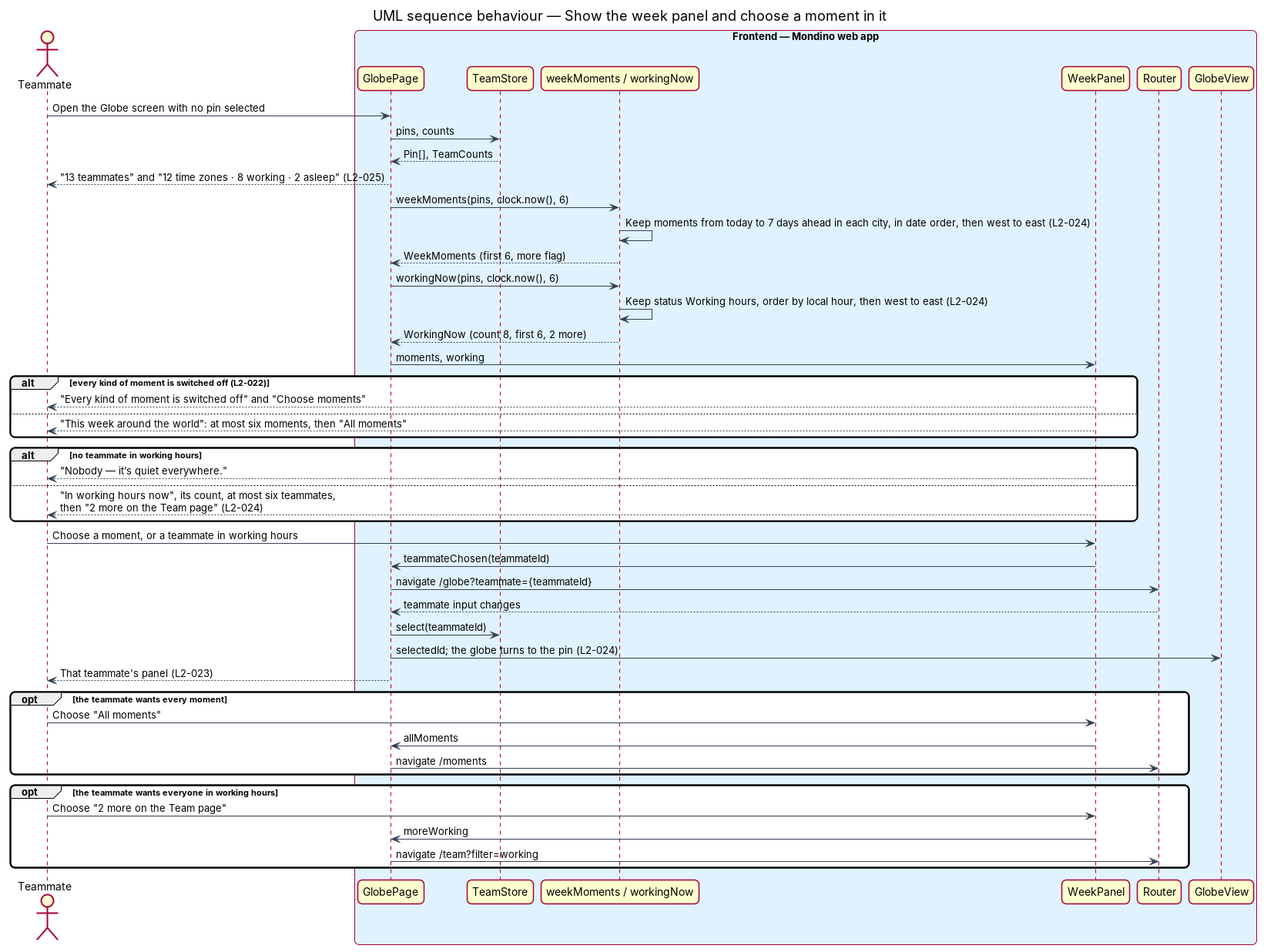
Before: docs/detailed-designs/team/view-week-around-the-world/diagrams/sequence-choose-moment.png, a diagram exported from PlantUML (QuinntyneBrown/Mondino). Its source is kept beside it as docs/detailed-designs/team/view-week-around-the-world/diagrams/sequence-choose-moment.puml. The source it was exported from:
```plantuml
@startuml
title UML sequence behaviour — Show the week panel and choose a moment in it
skinparam backgroundColor #FFFFFF
skinparam shadowing false
skinparam roundcorner 12
skinparam defaultFontName Arial
skinparam ArrowColor #344054
skinparam rectangle {
  BorderColor #344054
  FontColor #101828
}
skinparam package {
  BorderColor #667085
  FontColor #101828
  BackgroundColor #F9FAFB
}
actor "Teammate" as actor
box "Frontend — Mondino web app" #E0F2FE
  participant "GlobePage" as page
  participant "TeamStore" as store
  participant "weekMoments / workingNow" as fn
  participant "WeekPanel" as panel
  participant "Router" as router
  participant "GlobeView" as globe
end box
actor -> page : Open the Globe screen with no pin selected
page -> store : pins, counts
store --> page : Pin[], TeamCounts
page --> actor : "13 teammates" and "12 time zones · 8 working · 2 asleep" (L2-025)
page -> fn : weekMoments(pins, clock.now(), 6)
fn -> fn : Keep moments from today to 7 days ahead in each city, in date order, then west to east (L2-024)
fn --> page : WeekMoments (first 6, more flag)
page -> fn : workingNow(pins, clock.now(), 6)
fn -> fn : Keep status Working hours, order by local hour, then west to east (L2-024)
fn --> page : WorkingNow (count 8, first 6, 2 more)
page -> panel : moments, working
alt every kind of moment is switched off (L2-022)
  panel --> actor : "Every kind of moment is switched off" and "Choose moments"
else
  panel --> actor : "This week around the world": at most six moments, then "All moments"
end
alt no teammate in working hours
  panel --> actor : "Nobody — it’s quiet everywhere."
else
  panel --> actor : "In working hours now", its count, at most six teammates,\nthen "2 more on the Team page" (L2-024)
end
actor -> panel : Choose a moment, or a teammate in working hours
panel -> page : teammateChosen(teammateId)
page -> router : navigate /globe?teammate={teammateId}
router --> page : teammate input changes
page -> store : select(teammateId)
page -> globe : selectedId; the globe turns to the pin (L2-024)
page --> actor : That teammate's panel (L2-023)
opt the teammate wants every moment
  actor -> panel : Choose "All moments"
  panel -> page : allMoments
  page -> router : navigate /moments
end
opt the teammate wants everyone in working hours
  actor -> panel : Choose "2 more on the Team page"
  panel -> page : moreWorking
  page -> router : navigate /team?filter=working
end
@enduml
```
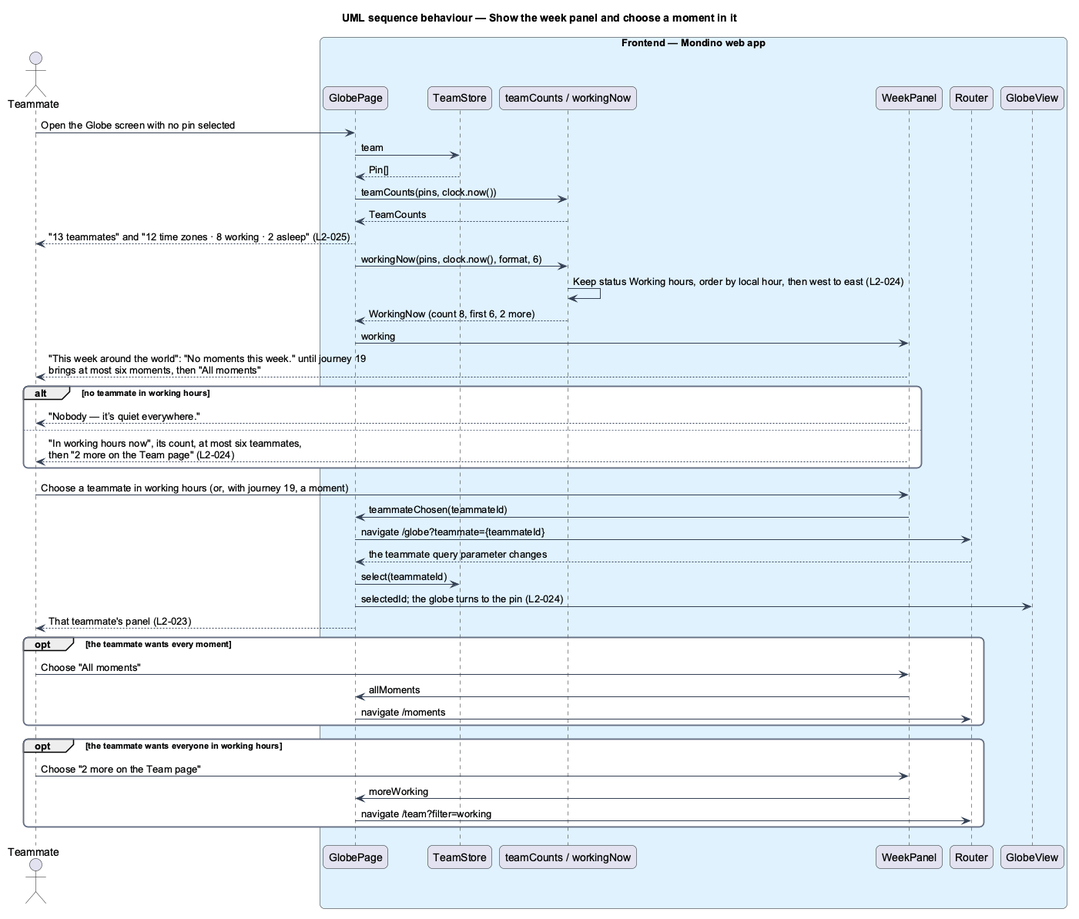
After the commit.

The edit, as a diff of the source:
```diff
@@ -18,36 +18,31 @@
 box "Frontend — Mondino web app" #E0F2FE
   participant "GlobePage" as page
   participant "TeamStore" as store
-  participant "weekMoments / workingNow" as fn
+  participant "teamCounts / workingNow" as fn
   participant "WeekPanel" as panel
   participant "Router" as router
   participant "GlobeView" as globe
 end box
 actor -> page : Open the Globe screen with no pin selected
-page -> store : pins, counts
-store --> page : Pin[], TeamCounts
+page -> store : team
+store --> page : Pin[]
+page -> fn : teamCounts(pins, clock.now())
+fn --> page : TeamCounts
 page --> actor : "13 teammates" and "12 time zones · 8 working · 2 asleep" (L2-025)
-page -> fn : weekMoments(pins, clock.now(), 6)
-fn -> fn : Keep moments from today to 7 days ahead in each city, in date order, then west to east (L2-024)
-fn --> page : WeekMoments (first 6, more flag)
-page -> fn : workingNow(pins, clock.now(), 6)
+page -> fn : workingNow(pins, clock.now(), format, 6)
 fn -> fn : Keep status Working hours, order by local hour, then west to east (L2-024)
 fn --> page : WorkingNow (count 8, first 6, 2 more)
-page -> panel : moments, working
-alt every kind of moment is switched off (L2-022)
-  panel --> actor : "Every kind of moment is switched off" and "Choose moments"
-else
-  panel --> actor : "This week around the world": at most six moments, then "All moments"
-end
+page -> panel : working
+panel --> actor : "This week around the world": "No moments this week." until journey 19\nbrings at most six moments, then "All moments"
 alt no teammate in working hours
   panel --> actor : "Nobody — it’s quiet everywhere."
 else
   panel --> actor : "In working hours now", its count, at most six teammates,\nthen "2 more on the Team page" (L2-024)
 end
-actor -> panel : Choose a moment, or a teammate in working hours
+actor -> panel : Choose a teammate in working hours (or, with journey 19, a moment)
 panel -> page : teammateChosen(teammateId)
 page -> router : navigate /globe?teammate={teammateId}
-router --> page : teammate input changes
+router --> page : the teammate query parameter changes
 page -> store : select(teammateId)
 page -> globe : selectedId; the globe turns to the pin (L2-024)
 page --> actor : That teammate's panel (L2-023)
```
